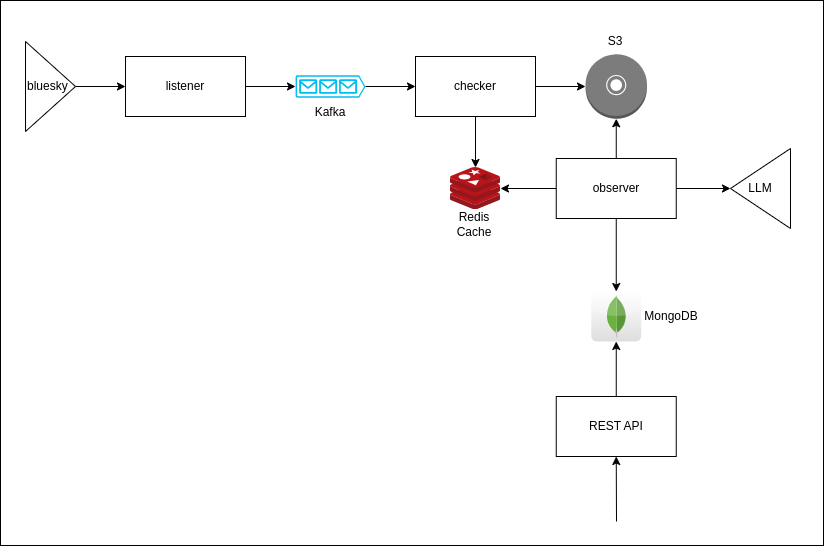
This is design/arch.png from manjiri-chandure/SkyScope, a draw.io export, as it was before one commit. Source tidied: cells renumbered, new cells last; positions are measured from the earlier drawing's top-left corner, leaving out a move shared by most shapes. Source of this version:
```xml
<mxGraphModel>
  <root>
    <mxCell id="0" />
    <mxCell id="1" parent="0" />
    <mxCell id="2" style="rounded=0;whiteSpace=wrap;html=1;" parent="1" vertex="1">
      <mxGeometry width="823" height="545" as="geometry" />
    </mxCell>
    <mxCell id="3" style="edgeStyle=none;html=1;" parent="1" edge="1" source="4" target="6">
      <mxGeometry relative="1" as="geometry" />
    </mxCell>
    <mxCell id="4" value="bluesky" style="triangle;whiteSpace=wrap;html=1;align=left;" parent="1" vertex="1">
      <mxGeometry x="25" y="41" width="50" height="90" as="geometry" />
    </mxCell>
    <mxCell id="5" style="edgeStyle=none;html=1;" parent="1" edge="1" source="6" target="8">
      <mxGeometry relative="1" as="geometry" />
    </mxCell>
    <mxCell id="6" value="listener" style="rounded=0;whiteSpace=wrap;html=1;" parent="1" vertex="1">
      <mxGeometry x="125" y="56" width="120" height="60" as="geometry" />
    </mxCell>
    <mxCell id="7" style="edgeStyle=none;html=1;entryX=0;entryY=0.5;entryDx=0;entryDy=0;" parent="1" edge="1" source="8" target="11">
      <mxGeometry relative="1" as="geometry" />
    </mxCell>
    <mxCell id="8" style="verticalLabelPosition=bottom;html=1;verticalAlign=top;align=center;strokeColor=none;fillColor=#00BEF2;shape=mxgraph.azure.queue_generic;" parent="1" vertex="1">
      <mxGeometry x="295" y="74.8" width="70" height="22.5" as="geometry" />
    </mxCell>
    <mxCell id="9" style="edgeStyle=none;html=1;entryX=0;entryY=0.5;entryDx=0;entryDy=0;entryPerimeter=0;" parent="1" edge="1" source="11" target="12">
      <mxGeometry relative="1" as="geometry" />
    </mxCell>
    <mxCell id="10" style="edgeStyle=none;html=1;entryX=0.5;entryY=0;entryDx=0;entryDy=0;entryPerimeter=0;" parent="1" edge="1" source="11" target="13">
      <mxGeometry relative="1" as="geometry" />
    </mxCell>
    <mxCell id="11" value="checker" style="rounded=0;whiteSpace=wrap;html=1;" parent="1" vertex="1">
      <mxGeometry x="415" y="56" width="120" height="60" as="geometry" />
    </mxCell>
    <mxCell id="12" style="outlineConnect=0;dashed=0;verticalLabelPosition=bottom;verticalAlign=top;align=center;html=1;shape=mxgraph.aws3.disk;fillColor=#7D7C7C;gradientColor=none;" parent="1" vertex="1">
      <mxGeometry x="585" y="53.8" width="61.5" height="64.5" as="geometry" />
    </mxCell>
    <mxCell id="13" style="sketch=0;html=1;points=[];align=center;image;fontSize=12;image=img/lib/mscae/Cache_Redis_Product.svg;" parent="1" vertex="1">
      <mxGeometry x="450" y="167" width="50" height="42" as="geometry" />
    </mxCell>
    <mxCell id="14" style="edgeStyle=none;html=1;" parent="1" edge="1" source="15" target="16">
      <mxGeometry relative="1" as="geometry" />
    </mxCell>
    <mxCell id="15" value="REST API" style="rounded=0;whiteSpace=wrap;html=1;" parent="1" vertex="1">
      <mxGeometry x="555.8" y="396" width="120" height="60" as="geometry" />
    </mxCell>
    <mxCell id="16" style="dashed=0;outlineConnect=0;html=1;align=center;labelPosition=center;verticalLabelPosition=bottom;verticalAlign=top;shape=mxgraph.webicons.mongodb;gradientColor=#DFDEDE;" parent="1" vertex="1">
      <mxGeometry x="590.8" y="291" width="50" height="50" as="geometry" />
    </mxCell>
    <mxCell id="17" style="edgeStyle=none;html=1;" parent="1" edge="1" source="21" target="13">
      <mxGeometry relative="1" as="geometry" />
    </mxCell>
    <mxCell id="18" style="edgeStyle=none;html=1;entryX=0.5;entryY=1;entryDx=0;entryDy=0;entryPerimeter=0;" parent="1" edge="1" source="21" target="12">
      <mxGeometry relative="1" as="geometry" />
    </mxCell>
    <mxCell id="19" style="edgeStyle=none;html=1;entryX=0;entryY=0.5;entryDx=0;entryDy=0;" parent="1" edge="1" source="21" target="22">
      <mxGeometry relative="1" as="geometry" />
    </mxCell>
    <mxCell id="20" style="edgeStyle=none;html=1;" parent="1" edge="1" source="21" target="16">
      <mxGeometry relative="1" as="geometry" />
    </mxCell>
    <mxCell id="21" value="observer" style="rounded=0;whiteSpace=wrap;html=1;" parent="1" vertex="1">
      <mxGeometry x="555.8" y="158" width="120" height="60" as="geometry" />
    </mxCell>
    <mxCell id="22" value="LLM" style="triangle;whiteSpace=wrap;html=1;flipH=1;" parent="1" vertex="1">
      <mxGeometry x="730" y="148" width="60" height="80" as="geometry" />
    </mxCell>
    <mxCell id="23" style="endArrow=classic;html=1;entryX=0.5;entryY=1;entryDx=0;entryDy=0;" parent="1" edge="1" target="15">
      <mxGeometry relative="1" as="geometry">
        <mxPoint x="616" y="521" as="sourcePoint" />
      </mxGeometry>
    </mxCell>
    <mxCell id="24" value="Kafka" style="text;html=1;strokeColor=none;fillColor=none;align=center;verticalAlign=middle;whiteSpace=wrap;rounded=0;" parent="1" vertex="1">
      <mxGeometry x="300" y="97.2" width="60" height="30" as="geometry" />
    </mxCell>
    <mxCell id="25" value="S3" style="text;html=1;strokeColor=none;fillColor=none;align=center;verticalAlign=middle;whiteSpace=wrap;rounded=0;" parent="1" vertex="1">
      <mxGeometry x="585" y="26" width="60" height="30" as="geometry" />
    </mxCell>
    <mxCell id="26" value="Redis Cache" style="text;html=1;strokeColor=none;fillColor=none;align=center;verticalAlign=middle;whiteSpace=wrap;rounded=0;" parent="1" vertex="1">
      <mxGeometry x="444" y="209" width="60" height="30" as="geometry" />
    </mxCell>
    <mxCell id="27" value="MongoDB" style="text;html=1;strokeColor=none;fillColor=none;align=center;verticalAlign=middle;whiteSpace=wrap;rounded=0;" parent="1" vertex="1">
      <mxGeometry x="640.8" y="301" width="60" height="30" as="geometry" />
    </mxCell>
  </root>
</mxGraphModel>
```
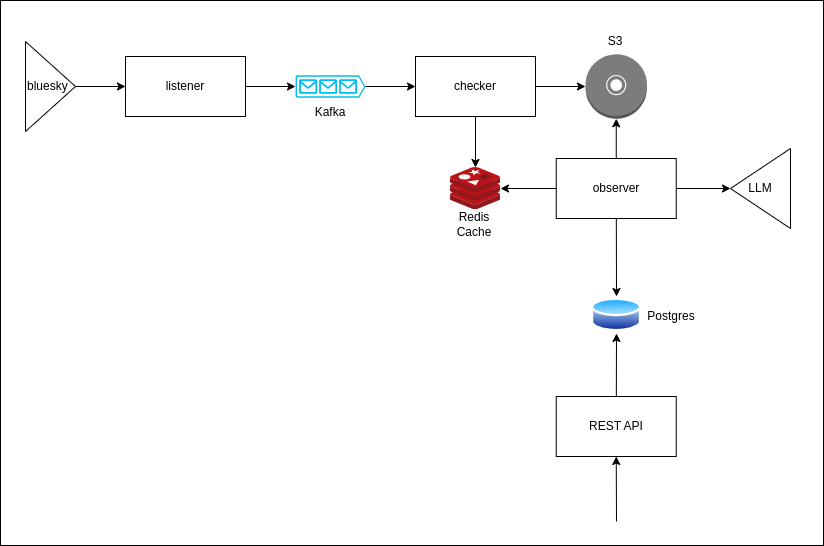
After the commit.

The edit, as a diff of the source:
```diff
@@ -38,15 +38,12 @@
     <mxCell id="13" style="sketch=0;html=1;points=[];align=center;image;fontSize=12;image=img/lib/mscae/Cache_Redis_Product.svg;" parent="1" vertex="1">
       <mxGeometry x="450" y="167" width="50" height="42" as="geometry" />
     </mxCell>
-    <mxCell id="14" style="edgeStyle=none;html=1;" parent="1" edge="1" source="15" target="16">
+    <mxCell id="14" style="edgeStyle=none;html=1;entryX=0.5;entryY=1;entryDx=0;entryDy=0;" parent="1" edge="1" source="15" target="28">
       <mxGeometry relative="1" as="geometry" />
     </mxCell>
     <mxCell id="15" value="REST API" style="rounded=0;whiteSpace=wrap;html=1;" parent="1" vertex="1">
       <mxGeometry x="555.8" y="396" width="120" height="60" as="geometry" />
     </mxCell>
-    <mxCell id="16" style="dashed=0;outlineConnect=0;html=1;align=center;labelPosition=center;verticalLabelPosition=bottom;verticalAlign=top;shape=mxgraph.webicons.mongodb;gradientColor=#DFDEDE;" parent="1" vertex="1">
-      <mxGeometry x="590.8" y="291" width="50" height="50" as="geometry" />
-    </mxCell>
     <mxCell id="17" style="edgeStyle=none;html=1;" parent="1" edge="1" source="21" target="13">
       <mxGeometry relative="1" as="geometry" />
     </mxCell>
@@ -56,7 +53,7 @@
     <mxCell id="19" style="edgeStyle=none;html=1;entryX=0;entryY=0.5;entryDx=0;entryDy=0;" parent="1" edge="1" source="21" target="22">
       <mxGeometry relative="1" as="geometry" />
     </mxCell>
-    <mxCell id="20" style="edgeStyle=none;html=1;" parent="1" edge="1" source="21" target="16">
+    <mxCell id="20" style="edgeStyle=none;html=1;entryX=0.5;entryY=0;entryDx=0;entryDy=0;" parent="1" edge="1" source="21" target="28">
       <mxGeometry relative="1" as="geometry" />
     </mxCell>
     <mxCell id="21" value="observer" style="rounded=0;whiteSpace=wrap;html=1;" parent="1" vertex="1">
@@ -79,8 +76,11 @@
     <mxCell id="26" value="Redis Cache" style="text;html=1;strokeColor=none;fillColor=none;align=center;verticalAlign=middle;whiteSpace=wrap;rounded=0;" parent="1" vertex="1">
       <mxGeometry x="444" y="209" width="60" height="30" as="geometry" />
     </mxCell>
-    <mxCell id="27" value="MongoDB" style="text;html=1;strokeColor=none;fillColor=none;align=center;verticalAlign=middle;whiteSpace=wrap;rounded=0;" parent="1" vertex="1">
+    <mxCell id="27" value="Postgres" style="text;html=1;strokeColor=none;fillColor=none;align=center;verticalAlign=middle;whiteSpace=wrap;rounded=0;" parent="1" vertex="1">
       <mxGeometry x="640.8" y="301" width="60" height="30" as="geometry" />
     </mxCell>
+    <mxCell id="28" style="perimeter=ellipsePerimeter;html=1;align=center;shadow=0;dashed=0;spacingTop=3;image;image=img/lib/active_directory/database.svg;" parent="1" vertex="1">
+      <mxGeometry x="591" y="296" width="50" height="37" as="geometry" />
+    </mxCell>
   </root>
 </mxGraphModel>
```
